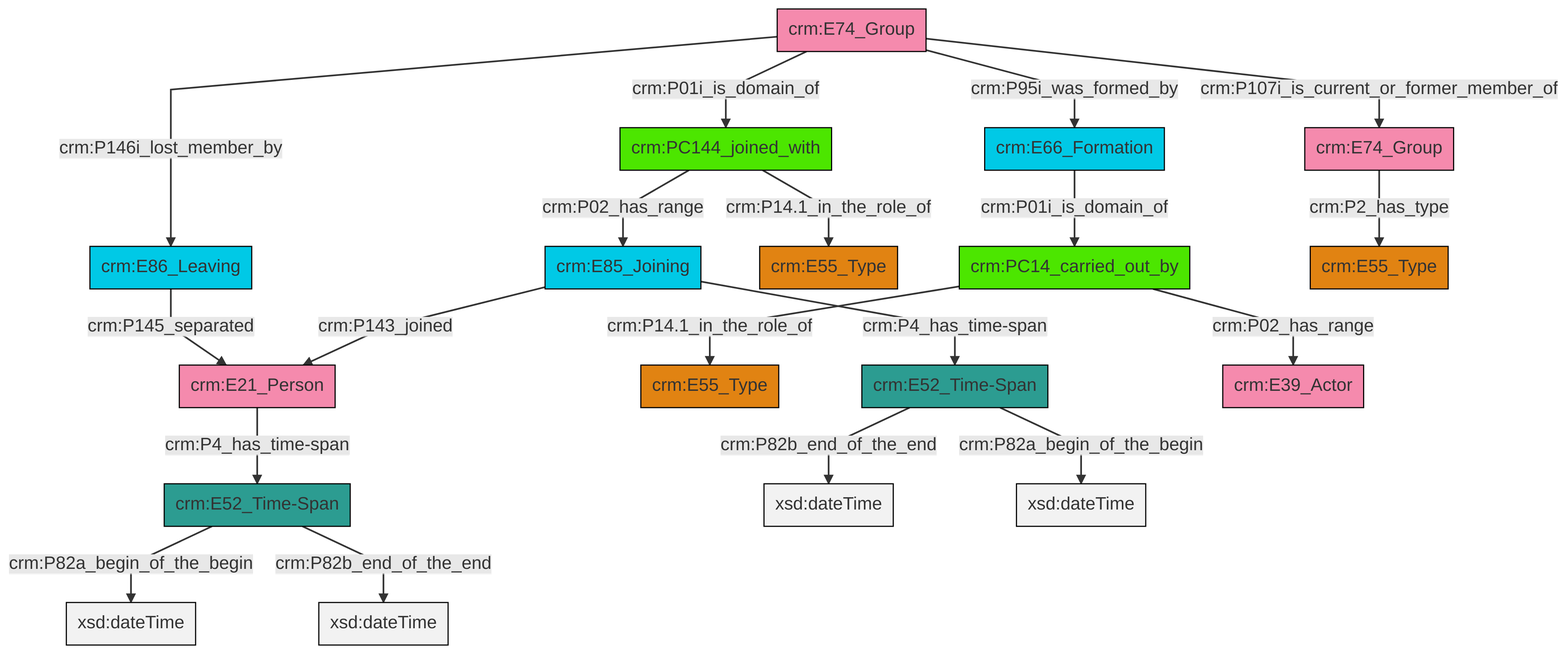
This is et/groupCSV/ttl/mmd/png/group_actor_relations.png from swiss-art-research-net/reference-data-models, a Mermaid export, as it was before one commit. Its source is kept beside it as et/groupCSV/ttl/mmd/group_actor_relations.ttl.mmd.
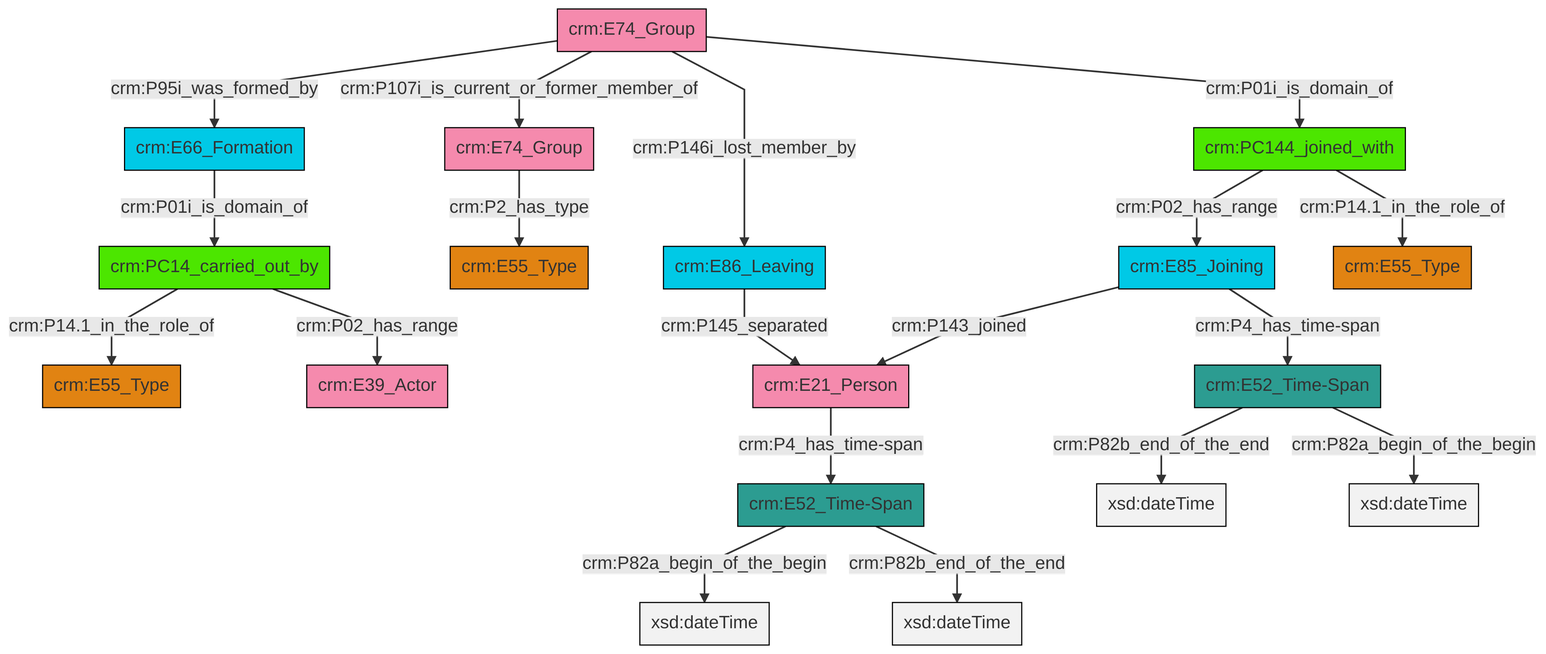
After the change.

Change to the diagram source:
```diff
@@ -13,21 +13,21 @@
 classDef PC_Classes fill:#4ce600, stroke:#000000;
 classDef Multi fill:#cccccc,stroke:#000000;
 
-0["crm:E66_Formation"]:::Temporal_Entity -->|crm:P01i_is_domain_of| 1["crm:PC14_carried_out_by"]:::PC_Classes
-2["crm:PC144_joined_with"]:::PC_Classes -->|crm:P02_has_range| 3["crm:E85_Joining"]:::Temporal_Entity
-2["crm:PC144_joined_with"]:::PC_Classes -->|crm:P14.1_in_the_role_of| 4["crm:E55_Type"]:::Type
-5["crm:E52_Time-Span"]:::Time-Span -->|crm:P82a_begin_of_the_begin| 6[xsd:dateTime]:::Literal
-7["crm:E86_Leaving"]:::Temporal_Entity -->|crm:P145_separated| 8["crm:E21_Person"]:::Actor
-9["crm:E74_Group"]:::Actor -->|crm:P146i_lost_member_by| 7["crm:E86_Leaving"]:::Temporal_Entity
-3["crm:E85_Joining"]:::Temporal_Entity -->|crm:P143_joined| 8["crm:E21_Person"]:::Actor
-3["crm:E85_Joining"]:::Temporal_Entity -->|crm:P4_has_time-span| 14["crm:E52_Time-Span"]:::Time-Span
-9["crm:E74_Group"]:::Actor -->|crm:P95i_was_formed_by| 0["crm:E66_Formation"]:::Temporal_Entity
-9["crm:E74_Group"]:::Actor -->|crm:P01i_is_domain_of| 2["crm:PC144_joined_with"]:::PC_Classes
-14["crm:E52_Time-Span"]:::Time-Span -->|crm:P82b_end_of_the_end| 17[xsd:dateTime]:::Literal
-14["crm:E52_Time-Span"]:::Time-Span -->|crm:P82a_begin_of_the_begin| 24[xsd:dateTime]:::Literal
-8["crm:E21_Person"]:::Actor -->|crm:P4_has_time-span| 5["crm:E52_Time-Span"]:::Time-Span
-1["crm:PC14_carried_out_by"]:::PC_Classes -->|crm:P02_has_range| 25["crm:E39_Actor"]:::Actor
-9["crm:E74_Group"]:::Actor -->|crm:P107i_is_current_or_former_member_of| 26["crm:E74_Group"]:::Actor
-5["crm:E52_Time-Span"]:::Time-Span -->|crm:P82b_end_of_the_end| 29[xsd:dateTime]:::Literal
-1["crm:PC14_carried_out_by"]:::PC_Classes -->|crm:P14.1_in_the_role_of| 11["crm:E55_Type"]:::Type
-26["crm:E74_Group"]:::Actor -->|crm:P2_has_type| 18["crm:E55_Type"]:::Type
+0["crm:E85_Joining"]:::Temporal_Entity -->|crm:P143_joined| 1["crm:E21_Person"]:::Actor
+10["crm:E52_Time-Span"]:::Time-Span -->|crm:P82b_end_of_the_end| 11[xsd:dateTime]:::Literal
+6["crm:E74_Group"]:::Actor -->|crm:P2_has_type| 2["crm:E55_Type"]:::Type
+14["crm:E74_Group"]:::Actor -->|crm:P95i_was_formed_by| 15["crm:E66_Formation"]:::Temporal_Entity
+14["crm:E74_Group"]:::Actor -->|crm:P107i_is_current_or_former_member_of| 6["crm:E74_Group"]:::Actor
+19["crm:E52_Time-Span"]:::Time-Span -->|crm:P82a_begin_of_the_begin| 20[xsd:dateTime]:::Literal
+10["crm:E52_Time-Span"]:::Time-Span -->|crm:P82a_begin_of_the_begin| 22[xsd:dateTime]:::Literal
+15["crm:E66_Formation"]:::Temporal_Entity -->|crm:P01i_is_domain_of| 23["crm:PC14_carried_out_by"]:::PC_Classes
+23["crm:PC14_carried_out_by"]:::PC_Classes -->|crm:P14.1_in_the_role_of| 12["crm:E55_Type"]:::Type
+4["crm:PC144_joined_with"]:::PC_Classes -->|crm:P02_has_range| 0["crm:E85_Joining"]:::Temporal_Entity
+0["crm:E85_Joining"]:::Temporal_Entity -->|crm:P4_has_time-span| 10["crm:E52_Time-Span"]:::Time-Span
+4["crm:PC144_joined_with"]:::PC_Classes -->|crm:P14.1_in_the_role_of| 8["crm:E55_Type"]:::Type
+25["crm:E86_Leaving"]:::Temporal_Entity -->|crm:P145_separated| 1["crm:E21_Person"]:::Actor
+14["crm:E74_Group"]:::Actor -->|crm:P146i_lost_member_by| 25["crm:E86_Leaving"]:::Temporal_Entity
+1["crm:E21_Person"]:::Actor -->|crm:P4_has_time-span| 19["crm:E52_Time-Span"]:::Time-Span
+23["crm:PC14_carried_out_by"]:::PC_Classes -->|crm:P02_has_range| 29["crm:E39_Actor"]:::Actor
+14["crm:E74_Group"]:::Actor -->|crm:P01i_is_domain_of| 4["crm:PC144_joined_with"]:::PC_Classes
+19["crm:E52_Time-Span"]:::Time-Span -->|crm:P82b_end_of_the_end| 34[xsd:dateTime]:::Literal
```
